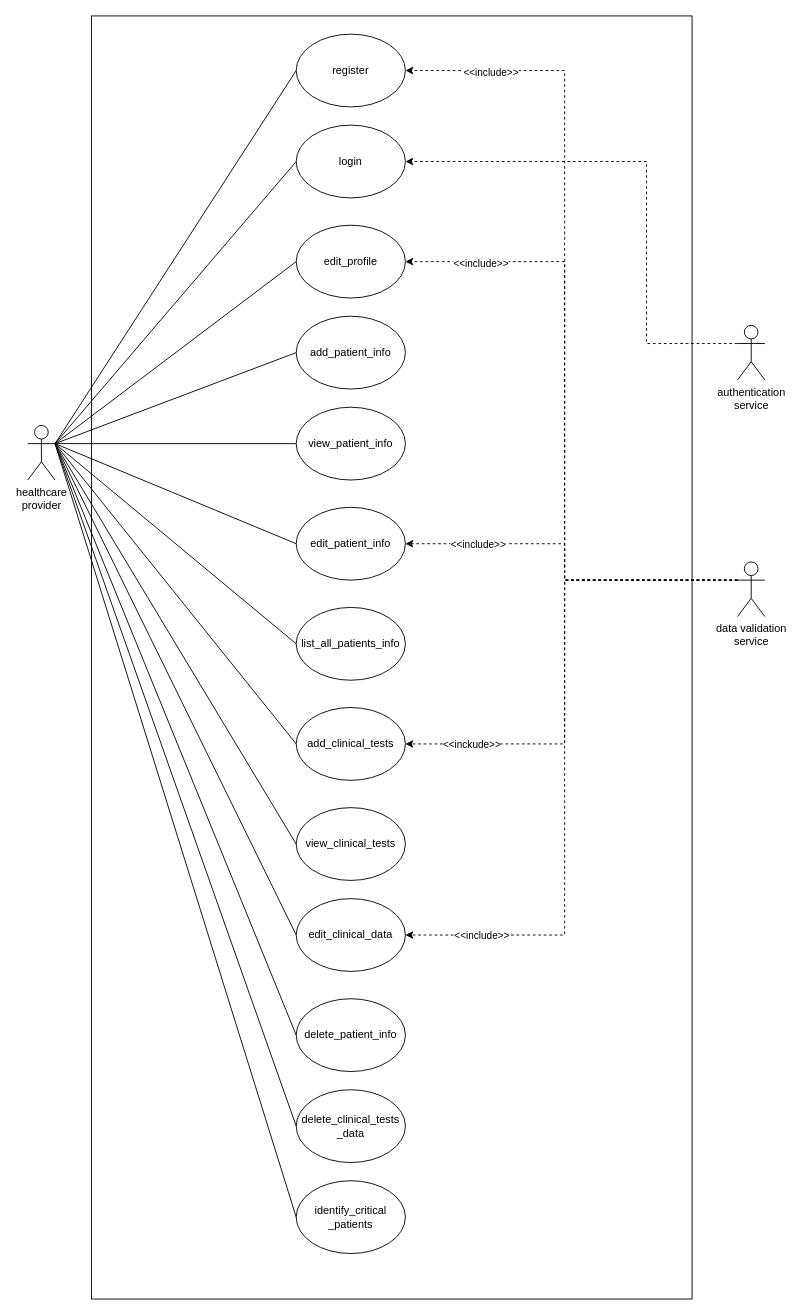
The draw.io diagram WebTech-712/Project files/Usecase Diagram/usecase.drawio in BhargavBorse/CentennialCollege, before the edit. Source tidied: cells renumbered, new cells numbered last; positions are measured from the earlier drawing's top-left corner, leaving out a move shared by most shapes. Both pictures are drawn from the tidied source at 91%, with x=0, y=0 at pixel (27, 15).
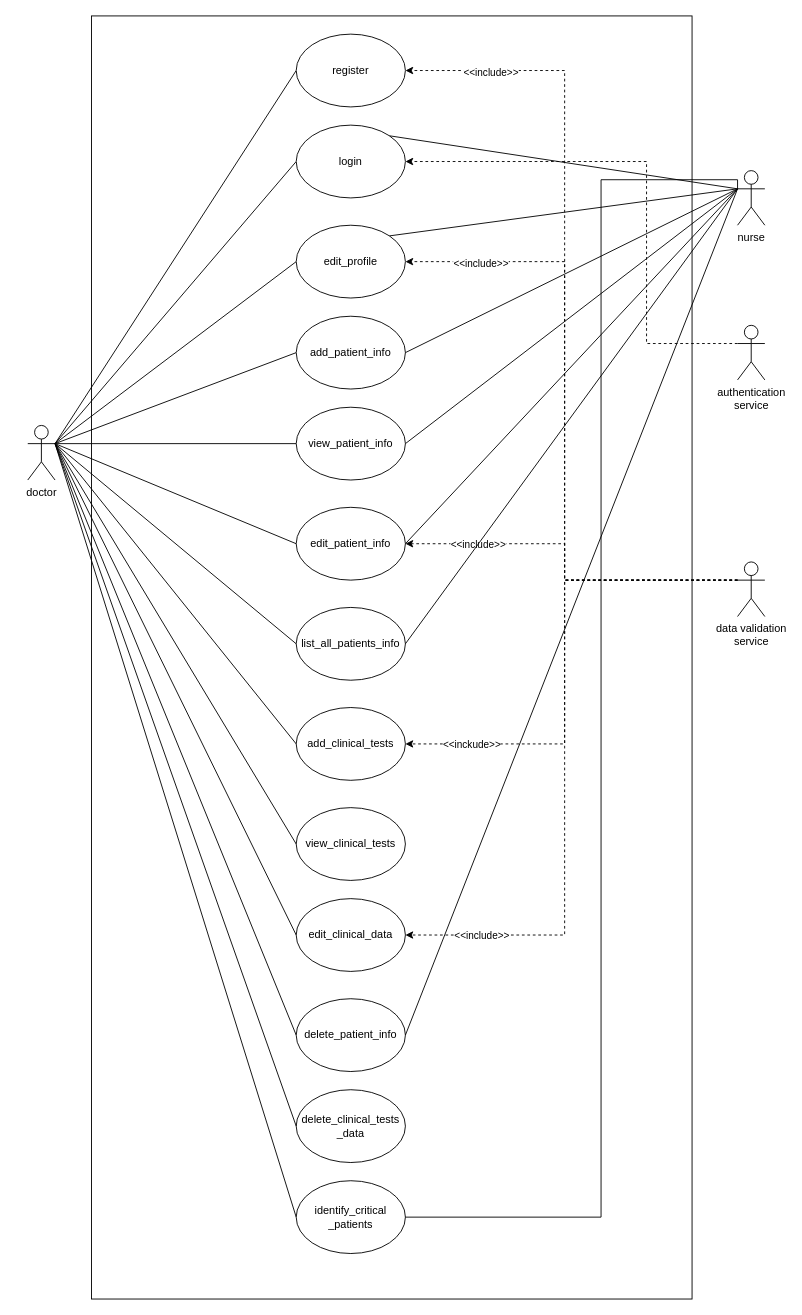
Above is the later version.

Commit message (it also covers changes not shown here):
updated use case diagram

Unchanged cells that the change refers to:
```xml
<mxCell id="16" value="login" style="ellipse;whiteSpace=wrap;html=1;" parent="1" vertex="1">
  <mxGeometry x="295" y="120" width="120" height="80" as="geometry" />
</mxCell>
<mxCell id="17" value="add_patient_info" style="ellipse;whiteSpace=wrap;html=1;" parent="1" vertex="1">
  <mxGeometry x="295" y="330" width="120" height="80" as="geometry" />
</mxCell>
<mxCell id="18" value="view_patient_info" style="ellipse;whiteSpace=wrap;html=1;" parent="1" vertex="1">
  <mxGeometry x="295" y="430" width="120" height="80" as="geometry" />
</mxCell>
<mxCell id="19" value="list_all_patients_info" style="ellipse;whiteSpace=wrap;html=1;" parent="1" vertex="1">
  <mxGeometry x="295" y="650" width="120" height="80" as="geometry" />
</mxCell>
<mxCell id="22" value="delete_patient_info" style="ellipse;whiteSpace=wrap;html=1;" parent="1" vertex="1">
  <mxGeometry x="295" y="1080" width="120" height="80" as="geometry" />
</mxCell>
<mxCell id="24" value="identify_critical&lt;br&gt;_patients" style="ellipse;whiteSpace=wrap;html=1;" parent="1" vertex="1">
  <mxGeometry x="295" y="1280" width="120" height="80" as="geometry" />
</mxCell>
<mxCell id="40" value="edit_profile" style="ellipse;whiteSpace=wrap;html=1;" parent="1" vertex="1">
  <mxGeometry x="295" y="230" width="120" height="80" as="geometry" />
</mxCell>
<mxCell id="41" value="edit_patient_info" style="ellipse;whiteSpace=wrap;html=1;" parent="1" vertex="1">
  <mxGeometry x="295" y="540" width="120" height="80" as="geometry" />
</mxCell>
```

What changed in the source:
```diff
@@
-    <mxCell id="15" value="healthcare&lt;br&gt;provider" style="shape=umlActor;verticalLabelPosition=bottom;verticalAlign=top;html=1;outlineConnect=0;" parent="1" vertex="1">
+    <mxCell id="15" value="doctor" style="shape=umlActor;verticalLabelPosition=bottom;verticalAlign=top;html=1;outlineConnect=0;" parent="1" vertex="1">
       <mxGeometry y="450" width="30" height="60" as="geometry" />
     </mxCell>
@@
+    <mxCell id="43" style="rounded=0;jettySize=auto;html=1;exitX=0;exitY=0.3333333333333333;exitDx=0;exitDy=0;exitPerimeter=0;entryX=1;entryY=0;entryDx=0;entryDy=0;endArrow=none;endFill=0;" parent="1" edge="1" source="51" target="16">
+      <mxGeometry relative="1" as="geometry" />
+    </mxCell>
+    <mxCell id="44" style="rounded=0;jettySize=auto;html=1;exitX=0;exitY=0.3333333333333333;exitDx=0;exitDy=0;exitPerimeter=0;entryX=1;entryY=0;entryDx=0;entryDy=0;endArrow=none;endFill=0;" parent="1" edge="1" source="51" target="40">
+      <mxGeometry relative="1" as="geometry" />
+    </mxCell>
+    <mxCell id="45" style="rounded=0;jettySize=auto;html=1;exitX=0;exitY=0.3333333333333333;exitDx=0;exitDy=0;exitPerimeter=0;entryX=1;entryY=0.5;entryDx=0;entryDy=0;endArrow=none;endFill=0;" parent="1" edge="1" source="51" target="17">
+      <mxGeometry relative="1" as="geometry" />
+    </mxCell>
+    <mxCell id="46" style="rounded=0;jettySize=auto;html=1;exitX=0;exitY=0.3333333333333333;exitDx=0;exitDy=0;exitPerimeter=0;entryX=1;entryY=0.5;entryDx=0;entryDy=0;endArrow=none;endFill=0;" parent="1" edge="1" source="51" target="18">
+      <mxGeometry relative="1" as="geometry" />
+    </mxCell>
+    <mxCell id="47" style="rounded=0;jettySize=auto;html=1;exitX=0;exitY=0.3333333333333333;exitDx=0;exitDy=0;exitPerimeter=0;entryX=1;entryY=0.5;entryDx=0;entryDy=0;endArrow=none;endFill=0;" parent="1" edge="1" source="51" target="41">
+      <mxGeometry relative="1" as="geometry" />
+    </mxCell>
+    <mxCell id="48" style="rounded=0;jettySize=auto;html=1;exitX=0;exitY=0.3333333333333333;exitDx=0;exitDy=0;exitPerimeter=0;entryX=1;entryY=0.5;entryDx=0;entryDy=0;endArrow=none;endFill=0;" parent="1" edge="1" source="51" target="19">
+      <mxGeometry relative="1" as="geometry" />
+    </mxCell>
+    <mxCell id="49" style="edgeStyle=orthogonalEdgeStyle;rounded=0;jettySize=auto;html=1;exitX=0;exitY=0.3333333333333333;exitDx=0;exitDy=0;exitPerimeter=0;entryX=1;entryY=0.5;entryDx=0;entryDy=0;endArrow=none;endFill=0;" parent="1" edge="1" source="51" target="24">
+      <mxGeometry relative="1" as="geometry">
+        <Array as="points">
+          <mxPoint x="630" y="180" />
+          <mxPoint x="630" y="1320" />
+        </Array>
+      </mxGeometry>
+    </mxCell>
+    <mxCell id="50" style="rounded=0;jettySize=auto;html=1;exitX=0;exitY=0.3333333333333333;exitDx=0;exitDy=0;exitPerimeter=0;entryX=1;entryY=0.5;entryDx=0;entryDy=0;endArrow=none;endFill=0;" parent="1" edge="1" source="51" target="22">
+      <mxGeometry relative="1" as="geometry" />
+    </mxCell>
+    <mxCell id="51" value="nurse" style="shape=umlActor;verticalLabelPosition=bottom;verticalAlign=top;html=1;outlineConnect=0;" parent="1" vertex="1">
+      <mxGeometry x="780" y="170" width="30" height="60" as="geometry" />
+    </mxCell>
```
